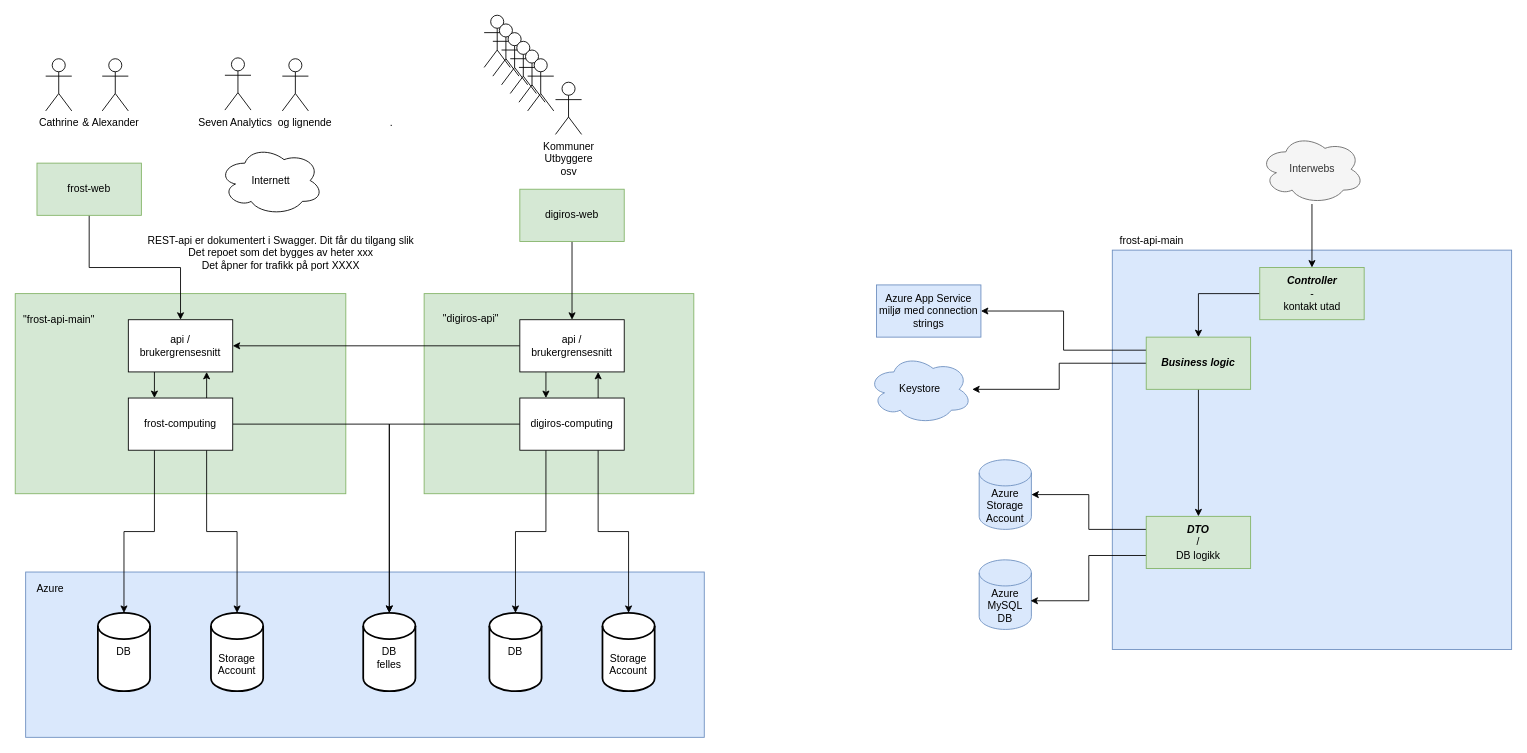
Above: Untitled Diagram.drawio in bendik-svalastog/bendik-svalastog (draw.io), before the change. Source tidied: cells renumbered, new cells numbered last; positions are measured from the earlier drawing's top-left corner, leaving out a move shared by most shapes. Both pictures are drawn from the tidied source at 87%, with x=0, y=0 at pixel (15, 15).
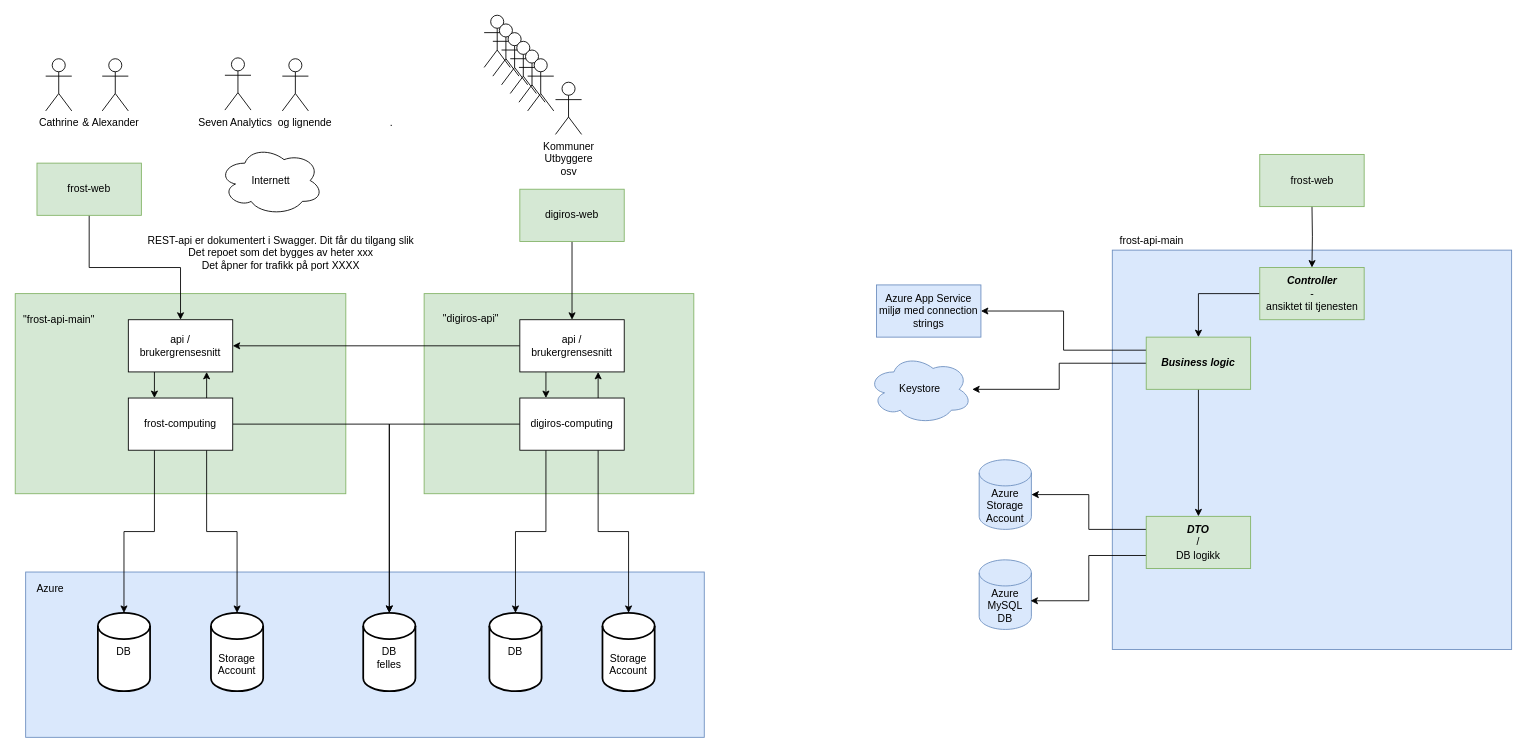
Above is the later version.

Change to the diagram source:
```diff
@@
-    <mxCell id="60" value="&lt;div&gt;&lt;b&gt;&lt;i&gt;Controller&lt;/i&gt;&lt;/b&gt;&lt;/div&gt;&lt;div&gt;-&lt;/div&gt;&lt;div&gt;kontakt utad&lt;br&gt;&lt;/div&gt;" style="rounded=0;whiteSpace=wrap;html=1;fillColor=#d5e8d4;strokeColor=#82b366;" parent="1" vertex="1">
+    <mxCell id="60" value="&lt;div&gt;&lt;b&gt;&lt;i&gt;Controller&lt;/i&gt;&lt;/b&gt;&lt;/div&gt;&lt;div&gt;-&lt;/div&gt;&lt;div&gt;ansiktet til tjenesten&lt;br&gt;&lt;/div&gt;" style="rounded=0;whiteSpace=wrap;html=1;fillColor=#d5e8d4;strokeColor=#82b366;" parent="1" vertex="1">
       <mxGeometry x="1430.5" y="290" width="120" height="60" as="geometry" />
     </mxCell>
-    <mxCell id="61" style="edgeStyle=orthogonalEdgeStyle;rounded=0;jettySize=auto;html=1;strokeColor=default;" parent="1" edge="1" source="62" target="60">
-      <mxGeometry relative="1" as="geometry" />
+    <mxCell id="61" style="edgeStyle=orthogonalEdgeStyle;rounded=0;jettySize=auto;html=1;strokeColor=default;" parent="1" edge="1" target="60">
+      <mxGeometry relative="1" as="geometry">
+        <mxPoint x="1490.5" y="217" as="sourcePoint" />
+      </mxGeometry>
     </mxCell>
-    <mxCell id="62" value="Interwebs" style="ellipse;shape=cloud;whiteSpace=wrap;html=1;fillColor=#f5f5f5;fontColor=#333333;strokeColor=#666666;" parent="1" vertex="1">
-      <mxGeometry x="1430.5" y="137" width="120" height="80" as="geometry" />
-    </mxCell>
+    <mxCell id="63" value="&lt;div&gt;frost-web&lt;/div&gt;" style="rounded=0;whiteSpace=wrap;html=1;fillColor=#d5e8d4;strokeColor=#82b366;" parent="1" vertex="1">
+      <mxGeometry x="1430.5" y="160" width="120" height="60" as="geometry" />
+    </mxCell>
```
